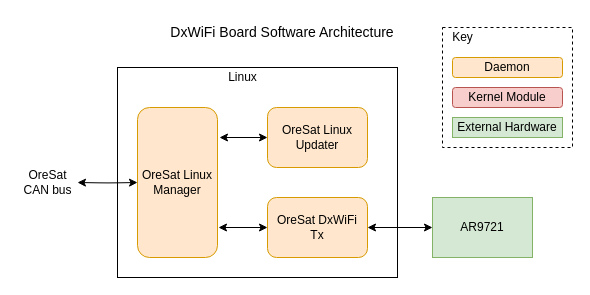
Before: docs/diagrams/dxwifi_architecture.drawio in aakarsh/oresat-linux, a draw.io diagram. Source tidied: cells renumbered, new cells numbered last; positions are measured from the earlier drawing's top-left corner, leaving out a move shared by most shapes. Both pictures are drawn from the tidied source at 100%, with x=0, y=0 at pixel (17, 17).
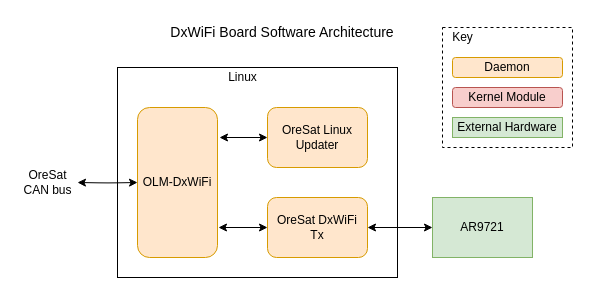
The same page after the edit.

Commit message (it also covers changes not shown here):
started to fillout cfc board page, fix dxwifi arch diagram

Change to the diagram source:
```diff
@@
-    <mxCell id="4" value="OreSat Linux Manager" style="rounded=1;whiteSpace=wrap;html=1;fillColor=#ffe6cc;strokeColor=#d79b00;" parent="1" vertex="1">
+    <mxCell id="4" value="OLM-DxWiFi" style="rounded=1;whiteSpace=wrap;html=1;fillColor=#ffe6cc;strokeColor=#d79b00;" parent="1" vertex="1">
       <mxGeometry x="120" y="90" width="80" height="150" as="geometry" />
     </mxCell>
```
